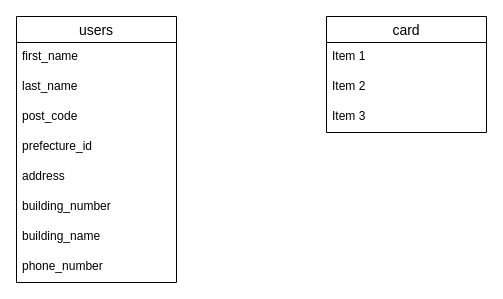
Above: db.dio in hikaruuuuuu/okurumi-shop (draw.io), before the change. Source tidied: cells renumbered, new cells numbered last; positions are measured from the earlier drawing's top-left corner, leaving out a move shared by most shapes. Both pictures are drawn from the tidied source at 100%, with x=0, y=0 at pixel (16, 16).
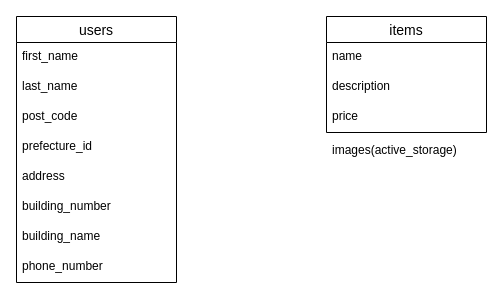
Above is the later version.

What changed in the source:
```diff
@@
 <mxGraphModel>
   <root>
     <mxCell id="0" />
     <mxCell id="1" parent="0" />
     <mxCell id="2" value="users" style="swimlane;fontStyle=0;horizontal=1;startSize=26;align=center;fontSize=14;" parent="1" vertex="1">
       <mxGeometry width="160" height="266" as="geometry" />
     </mxCell>
     <mxCell id="3" value="first_name" style="text;strokeColor=none;fillColor=none;spacingLeft=4;spacingRight=4;overflow=hidden;fontSize=12;" parent="2" vertex="1">
       <mxGeometry y="26" width="160" height="30" as="geometry" />
     </mxCell>
     <mxCell id="4" value="last_name" style="text;strokeColor=none;fillColor=none;spacingLeft=4;spacingRight=4;overflow=hidden;fontSize=12;" parent="2" vertex="1">
       <mxGeometry y="56" width="160" height="30" as="geometry" />
     </mxCell>
     <mxCell id="5" value="post_code" style="text;strokeColor=none;fillColor=none;spacingLeft=4;spacingRight=4;overflow=hidden;fontSize=12;" parent="2" vertex="1">
       <mxGeometry y="86" width="160" height="30" as="geometry" />
     </mxCell>
     <mxCell id="6" value="prefecture_id" style="text;strokeColor=none;fillColor=none;spacingLeft=4;spacingRight=4;overflow=hidden;fontSize=12;" parent="2" vertex="1">
       <mxGeometry y="116" width="160" height="30" as="geometry" />
     </mxCell>
     <mxCell id="7" value="address" style="text;strokeColor=none;fillColor=none;spacingLeft=4;spacingRight=4;overflow=hidden;fontSize=12;" parent="2" vertex="1">
       <mxGeometry y="146" width="160" height="30" as="geometry" />
     </mxCell>
     <mxCell id="8" value="building_number" style="text;strokeColor=none;fillColor=none;spacingLeft=4;spacingRight=4;overflow=hidden;fontSize=12;" parent="2" vertex="1">
       <mxGeometry y="176" width="160" height="30" as="geometry" />
     </mxCell>
     <mxCell id="9" value="building_name" style="text;strokeColor=none;fillColor=none;spacingLeft=4;spacingRight=4;overflow=hidden;fontSize=12;" parent="2" vertex="1">
       <mxGeometry y="206" width="160" height="30" as="geometry" />
     </mxCell>
     <mxCell id="10" value="phone_number" style="text;strokeColor=none;fillColor=none;spacingLeft=4;spacingRight=4;overflow=hidden;fontSize=12;" parent="2" vertex="1">
       <mxGeometry y="236" width="160" height="30" as="geometry" />
     </mxCell>
-    <mxCell id="11" value="card" style="swimlane;fontStyle=0;horizontal=1;startSize=26;align=center;fontSize=14;" parent="1" vertex="1">
+    <mxCell id="11" value="items" style="swimlane;fontStyle=0;horizontal=1;startSize=26;align=center;fontSize=14;" parent="1" vertex="1">
       <mxGeometry x="310" width="160" height="116" as="geometry" />
     </mxCell>
-    <mxCell id="12" value="Item 1" style="text;strokeColor=none;fillColor=none;spacingLeft=4;spacingRight=4;overflow=hidden;fontSize=12;" parent="11" vertex="1">
+    <mxCell id="12" value="name" style="text;strokeColor=none;fillColor=none;spacingLeft=4;spacingRight=4;overflow=hidden;fontSize=12;" parent="11" vertex="1">
       <mxGeometry y="26" width="160" height="30" as="geometry" />
     </mxCell>
-    <mxCell id="13" value="Item 2" style="text;strokeColor=none;fillColor=none;spacingLeft=4;spacingRight=4;overflow=hidden;fontSize=12;" parent="11" vertex="1">
+    <mxCell id="13" value="description" style="text;strokeColor=none;fillColor=none;spacingLeft=4;spacingRight=4;overflow=hidden;fontSize=12;" parent="11" vertex="1">
       <mxGeometry y="56" width="160" height="30" as="geometry" />
     </mxCell>
-    <mxCell id="14" value="Item 3" style="text;strokeColor=none;fillColor=none;spacingLeft=4;spacingRight=4;overflow=hidden;fontSize=12;" parent="11" vertex="1">
+    <mxCell id="14" value="price" style="text;strokeColor=none;fillColor=none;spacingLeft=4;spacingRight=4;overflow=hidden;fontSize=12;" parent="11" vertex="1">
       <mxGeometry y="86" width="160" height="30" as="geometry" />
     </mxCell>
+    <mxCell id="15" value="images(active_storage)" style="text;strokeColor=none;fillColor=none;spacingLeft=4;spacingRight=4;overflow=hidden;fontSize=12;" parent="1" vertex="1">
+      <mxGeometry x="310" y="120" width="160" height="30" as="geometry" />
+    </mxCell>
   </root>
 </mxGraphModel>
```
